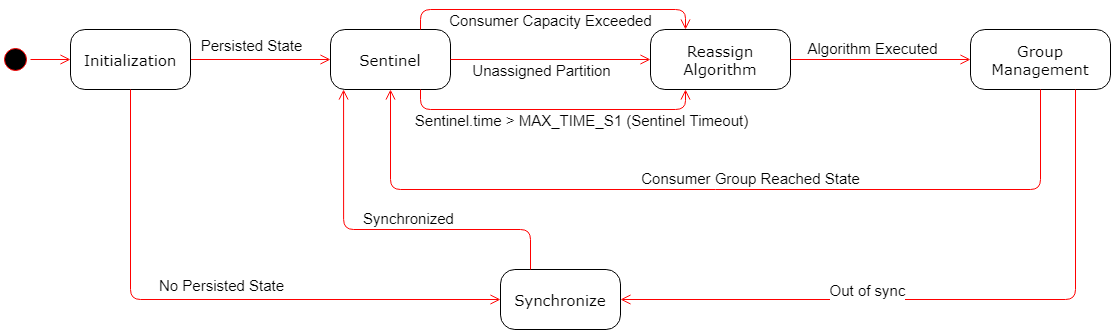
This is images/controller/state_machine.png from landaudiogo/thesis-document, a draw.io export, as it was before one commit. Source tidied: cells renumbered, new cells last; positions are measured from the earlier drawing's top-left corner, leaving out a move shared by most shapes. Source of this version:
```xml
<mxGraphModel>
  <root>
    <mxCell id="0" />
    <mxCell id="1" parent="0" />
    <mxCell id="2" style="ellipse;html=1;shape=startState;fillColor=#000000;strokeColor=#ff0000;rounded=1;shadow=0;comic=0;labelBackgroundColor=none;fontFamily=Verdana;fontSize=12;fontColor=#000000;align=center;direction=south;" parent="1" vertex="1">
      <mxGeometry y="35" width="30" height="30" as="geometry" />
    </mxCell>
    <mxCell id="3" value="Sentinel" style="rounded=1;whiteSpace=wrap;html=1;arcSize=24;shadow=0;comic=0;labelBackgroundColor=none;fontFamily=Verdana;fontSize=15;align=center;fillColor=#FFFFFF;" parent="1" vertex="1">
      <mxGeometry x="330" y="20" width="120" height="60" as="geometry" />
    </mxCell>
    <mxCell id="4" style="edgeStyle=orthogonalEdgeStyle;html=1;labelBackgroundColor=none;endArrow=open;endSize=8;strokeColor=#ff0000;fontFamily=Verdana;fontSize=12;align=left;exitX=1;exitY=0.5;exitDx=0;exitDy=0;" parent="1" edge="1" source="18" target="3">
      <mxGeometry relative="1" as="geometry" />
    </mxCell>
    <mxCell id="5" value="Persisted State" style="edgeLabel;html=1;align=center;verticalAlign=middle;fontSize=15;" parent="4" vertex="1">
      <mxGeometry x="-0.15" relative="1" as="geometry">
        <mxPoint y="-15" as="offset" />
      </mxGeometry>
    </mxCell>
    <mxCell id="6" value="Reassign Algorithm" style="rounded=1;whiteSpace=wrap;html=1;arcSize=24;shadow=0;comic=0;labelBackgroundColor=none;fontFamily=Verdana;fontSize=15;align=center;fillColor=#FFFFFF;" parent="1" vertex="1">
      <mxGeometry x="650" y="20" width="140" height="60" as="geometry" />
    </mxCell>
    <mxCell id="7" value="Group Management" style="rounded=1;whiteSpace=wrap;html=1;arcSize=24;shadow=0;comic=0;labelBackgroundColor=none;fontFamily=Verdana;fontSize=15;align=center;fillColor=#FFFFFF;" parent="1" vertex="1">
      <mxGeometry x="970" y="20" width="140" height="60" as="geometry" />
    </mxCell>
    <mxCell id="8" style="edgeStyle=orthogonalEdgeStyle;html=1;labelBackgroundColor=none;endArrow=open;endSize=8;strokeColor=#ff0000;fontFamily=Verdana;fontSize=12;align=left;exitX=1;exitY=0.5;exitDx=0;exitDy=0;entryX=0;entryY=0.5;entryDx=0;entryDy=0;" parent="1" edge="1" source="3" target="6">
      <mxGeometry relative="1" as="geometry" />
    </mxCell>
    <mxCell id="9" value="Unassigned Partition" style="edgeLabel;html=1;align=center;verticalAlign=middle;fontSize=15;" parent="8" vertex="1">
      <mxGeometry x="-0.13" y="1" relative="1" as="geometry">
        <mxPoint x="3" y="11" as="offset" />
      </mxGeometry>
    </mxCell>
    <mxCell id="10" style="edgeStyle=orthogonalEdgeStyle;html=1;labelBackgroundColor=none;endArrow=open;endSize=8;strokeColor=#ff0000;fontFamily=Verdana;fontSize=12;align=left;exitX=0.75;exitY=1;exitDx=0;exitDy=0;entryX=0.25;entryY=1;entryDx=0;entryDy=0;" parent="1" edge="1" source="3" target="6">
      <mxGeometry relative="1" as="geometry">
        <Array as="points">
          <mxPoint x="420" y="100" />
          <mxPoint x="685" y="100" />
        </Array>
      </mxGeometry>
    </mxCell>
    <mxCell id="11" value="Sentinel.time &amp;gt; MAX_TIME_S1 (Sentinel Timeout)" style="edgeLabel;html=1;align=center;verticalAlign=middle;fontSize=15;" parent="10" vertex="1">
      <mxGeometry x="-0.13" y="1" relative="1" as="geometry">
        <mxPoint x="48" y="11" as="offset" />
      </mxGeometry>
    </mxCell>
    <mxCell id="12" style="edgeStyle=orthogonalEdgeStyle;html=1;labelBackgroundColor=none;endArrow=open;endSize=8;strokeColor=#ff0000;fontFamily=Verdana;fontSize=12;align=left;exitX=0.75;exitY=0;exitDx=0;exitDy=0;entryX=0.25;entryY=0;entryDx=0;entryDy=0;" parent="1" edge="1" source="3" target="6">
      <mxGeometry relative="1" as="geometry">
        <Array as="points">
          <mxPoint x="420" />
          <mxPoint x="685" />
        </Array>
      </mxGeometry>
    </mxCell>
    <mxCell id="13" value="Consumer Capacity Exceeded" style="edgeLabel;html=1;align=center;verticalAlign=middle;fontSize=15;" parent="12" vertex="1">
      <mxGeometry x="-0.13" y="1" relative="1" as="geometry">
        <mxPoint x="17" y="11" as="offset" />
      </mxGeometry>
    </mxCell>
    <mxCell id="14" style="edgeStyle=orthogonalEdgeStyle;html=1;labelBackgroundColor=none;endArrow=open;endSize=8;strokeColor=#ff0000;fontFamily=Verdana;fontSize=12;align=left;exitX=1;exitY=0.5;exitDx=0;exitDy=0;entryX=0;entryY=0.5;entryDx=0;entryDy=0;" parent="1" edge="1" source="6" target="7">
      <mxGeometry relative="1" as="geometry" />
    </mxCell>
    <mxCell id="15" value="Algorithm Executed" style="edgeLabel;html=1;align=center;verticalAlign=middle;fontSize=15;" parent="14" vertex="1">
      <mxGeometry x="-0.13" y="1" relative="1" as="geometry">
        <mxPoint x="3" y="-11" as="offset" />
      </mxGeometry>
    </mxCell>
    <mxCell id="16" style="edgeStyle=orthogonalEdgeStyle;html=1;labelBackgroundColor=none;endArrow=open;endSize=8;strokeColor=#ff0000;fontFamily=Verdana;fontSize=12;align=left;exitX=0.5;exitY=1;exitDx=0;exitDy=0;entryX=0.5;entryY=1;entryDx=0;entryDy=0;" parent="1" edge="1" source="7" target="3">
      <mxGeometry relative="1" as="geometry">
        <Array as="points">
          <mxPoint x="1040" y="180" />
          <mxPoint x="390" y="180" />
        </Array>
      </mxGeometry>
    </mxCell>
    <mxCell id="17" value="Consumer Group Reached State" style="edgeLabel;html=1;align=center;verticalAlign=middle;fontSize=15;" parent="16" vertex="1">
      <mxGeometry x="-0.13" y="1" relative="1" as="geometry">
        <mxPoint x="-21" y="-13" as="offset" />
      </mxGeometry>
    </mxCell>
    <mxCell id="18" value="Initialization" style="rounded=1;whiteSpace=wrap;html=1;arcSize=24;shadow=0;comic=0;labelBackgroundColor=none;fontFamily=Verdana;fontSize=15;align=center;fillColor=#FFFFFF;" parent="1" vertex="1">
      <mxGeometry x="70" y="20" width="120" height="60" as="geometry" />
    </mxCell>
    <mxCell id="19" style="edgeStyle=orthogonalEdgeStyle;html=1;labelBackgroundColor=none;endArrow=open;endSize=8;strokeColor=#ff0000;fontFamily=Verdana;fontSize=12;align=left;exitX=0.5;exitY=0;exitDx=0;exitDy=0;entryX=0;entryY=0.5;entryDx=0;entryDy=0;" parent="1" edge="1" source="2" target="18">
      <mxGeometry relative="1" as="geometry" />
    </mxCell>
    <mxCell id="20" value="Synchronize" style="rounded=1;whiteSpace=wrap;html=1;arcSize=24;shadow=0;comic=0;labelBackgroundColor=none;fontFamily=Verdana;fontSize=15;align=center;fillColor=#FFFFFF;" parent="1" vertex="1">
      <mxGeometry x="500" y="260" width="120" height="60" as="geometry" />
    </mxCell>
    <mxCell id="21" style="edgeStyle=orthogonalEdgeStyle;html=1;labelBackgroundColor=none;endArrow=open;endSize=8;strokeColor=#ff0000;fontFamily=Verdana;fontSize=12;align=left;exitX=0.5;exitY=1;exitDx=0;exitDy=0;entryX=0;entryY=0.5;entryDx=0;entryDy=0;" parent="1" edge="1" source="18" target="20">
      <mxGeometry relative="1" as="geometry" />
    </mxCell>
    <mxCell id="22" value="No Persisted State" style="edgeLabel;html=1;align=center;verticalAlign=middle;fontSize=15;" parent="21" vertex="1">
      <mxGeometry x="-0.15" relative="1" as="geometry">
        <mxPoint x="53" y="-15" as="offset" />
      </mxGeometry>
    </mxCell>
    <mxCell id="23" style="edgeStyle=orthogonalEdgeStyle;html=1;labelBackgroundColor=none;endArrow=open;endSize=8;strokeColor=#ff0000;fontFamily=Verdana;fontSize=12;align=left;exitX=0.25;exitY=0;exitDx=0;exitDy=0;entryX=0.109;entryY=1;entryDx=0;entryDy=0;entryPerimeter=0;" parent="1" edge="1" source="20" target="3">
      <mxGeometry relative="1" as="geometry">
        <Array as="points">
          <mxPoint x="530" y="220" />
          <mxPoint x="343" y="220" />
        </Array>
      </mxGeometry>
    </mxCell>
    <mxCell id="24" value="Synchronized" style="edgeLabel;html=1;align=center;verticalAlign=middle;fontSize=15;" parent="23" vertex="1">
      <mxGeometry x="-0.15" relative="1" as="geometry">
        <mxPoint x="-6" y="-12" as="offset" />
      </mxGeometry>
    </mxCell>
    <mxCell id="25" style="edgeStyle=orthogonalEdgeStyle;html=1;labelBackgroundColor=none;endArrow=open;endSize=8;strokeColor=#ff0000;fontFamily=Verdana;fontSize=12;align=left;exitX=0.75;exitY=1;exitDx=0;exitDy=0;entryX=1;entryY=0.5;entryDx=0;entryDy=0;" parent="1" edge="1" source="7" target="20">
      <mxGeometry relative="1" as="geometry">
        <Array as="points">
          <mxPoint x="1075" y="290" />
        </Array>
      </mxGeometry>
    </mxCell>
    <mxCell id="26" value="Out of sync" style="edgeLabel;html=1;align=center;verticalAlign=middle;fontSize=15;" parent="25" vertex="1">
      <mxGeometry x="-0.15" relative="1" as="geometry">
        <mxPoint x="-136" y="-10" as="offset" />
      </mxGeometry>
    </mxCell>
  </root>
</mxGraphModel>
```
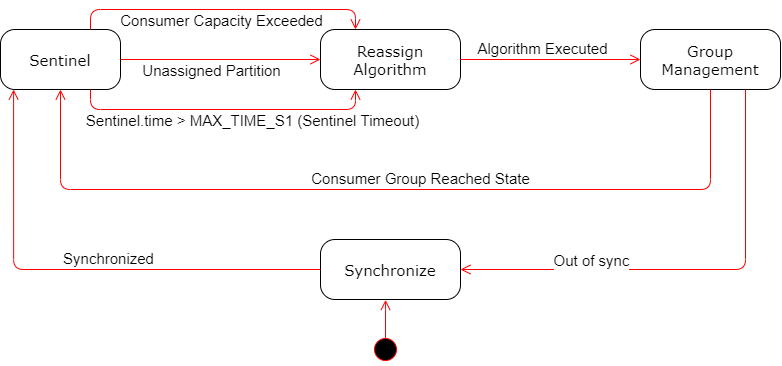
Later version of the same file.

Diff of the diagram source:
```diff
@@ -3,19 +3,11 @@
     <mxCell id="0" />
     <mxCell id="1" parent="0" />
     <mxCell id="2" style="ellipse;html=1;shape=startState;fillColor=#000000;strokeColor=#ff0000;rounded=1;shadow=0;comic=0;labelBackgroundColor=none;fontFamily=Verdana;fontSize=12;fontColor=#000000;align=center;direction=south;" parent="1" vertex="1">
-      <mxGeometry y="35" width="30" height="30" as="geometry" />
+      <mxGeometry x="700" y="325" width="30" height="30" as="geometry" />
     </mxCell>
     <mxCell id="3" value="Sentinel" style="rounded=1;whiteSpace=wrap;html=1;arcSize=24;shadow=0;comic=0;labelBackgroundColor=none;fontFamily=Verdana;fontSize=15;align=center;fillColor=#FFFFFF;" parent="1" vertex="1">
       <mxGeometry x="330" y="20" width="120" height="60" as="geometry" />
     </mxCell>
-    <mxCell id="4" style="edgeStyle=orthogonalEdgeStyle;html=1;labelBackgroundColor=none;endArrow=open;endSize=8;strokeColor=#ff0000;fontFamily=Verdana;fontSize=12;align=left;exitX=1;exitY=0.5;exitDx=0;exitDy=0;" parent="1" edge="1" source="18" target="3">
-      <mxGeometry relative="1" as="geometry" />
-    </mxCell>
-    <mxCell id="5" value="Persisted State" style="edgeLabel;html=1;align=center;verticalAlign=middle;fontSize=15;" parent="4" vertex="1">
-      <mxGeometry x="-0.15" relative="1" as="geometry">
-        <mxPoint y="-15" as="offset" />
-      </mxGeometry>
-    </mxCell>
     <mxCell id="6" value="Reassign Algorithm" style="rounded=1;whiteSpace=wrap;html=1;arcSize=24;shadow=0;comic=0;labelBackgroundColor=none;fontFamily=Verdana;fontSize=15;align=center;fillColor=#FFFFFF;" parent="1" vertex="1">
       <mxGeometry x="650" y="20" width="140" height="60" as="geometry" />
     </mxCell>
@@ -77,28 +69,16 @@
         <mxPoint x="-21" y="-13" as="offset" />
       </mxGeometry>
     </mxCell>
-    <mxCell id="18" value="Initialization" style="rounded=1;whiteSpace=wrap;html=1;arcSize=24;shadow=0;comic=0;labelBackgroundColor=none;fontFamily=Verdana;fontSize=15;align=center;fillColor=#FFFFFF;" parent="1" vertex="1">
-      <mxGeometry x="70" y="20" width="120" height="60" as="geometry" />
-    </mxCell>
-    <mxCell id="19" style="edgeStyle=orthogonalEdgeStyle;html=1;labelBackgroundColor=none;endArrow=open;endSize=8;strokeColor=#ff0000;fontFamily=Verdana;fontSize=12;align=left;exitX=0.5;exitY=0;exitDx=0;exitDy=0;entryX=0;entryY=0.5;entryDx=0;entryDy=0;" parent="1" edge="1" source="2" target="18">
+    <mxCell id="19" style="edgeStyle=orthogonalEdgeStyle;html=1;labelBackgroundColor=none;endArrow=open;endSize=8;strokeColor=#ff0000;fontFamily=Verdana;fontSize=12;align=left;exitX=0.151;exitY=0.499;exitDx=0;exitDy=0;entryX=0.465;entryY=1.006;entryDx=0;entryDy=0;exitPerimeter=0;entryPerimeter=0;" parent="1" edge="1" source="2" target="20">
       <mxGeometry relative="1" as="geometry" />
     </mxCell>
     <mxCell id="20" value="Synchronize" style="rounded=1;whiteSpace=wrap;html=1;arcSize=24;shadow=0;comic=0;labelBackgroundColor=none;fontFamily=Verdana;fontSize=15;align=center;fillColor=#FFFFFF;" parent="1" vertex="1">
-      <mxGeometry x="500" y="260" width="120" height="60" as="geometry" />
+      <mxGeometry x="650" y="230" width="140" height="60" as="geometry" />
     </mxCell>
-    <mxCell id="21" style="edgeStyle=orthogonalEdgeStyle;html=1;labelBackgroundColor=none;endArrow=open;endSize=8;strokeColor=#ff0000;fontFamily=Verdana;fontSize=12;align=left;exitX=0.5;exitY=1;exitDx=0;exitDy=0;entryX=0;entryY=0.5;entryDx=0;entryDy=0;" parent="1" edge="1" source="18" target="20">
-      <mxGeometry relative="1" as="geometry" />
-    </mxCell>
-    <mxCell id="22" value="No Persisted State" style="edgeLabel;html=1;align=center;verticalAlign=middle;fontSize=15;" parent="21" vertex="1">
-      <mxGeometry x="-0.15" relative="1" as="geometry">
-        <mxPoint x="53" y="-15" as="offset" />
-      </mxGeometry>
-    </mxCell>
-    <mxCell id="23" style="edgeStyle=orthogonalEdgeStyle;html=1;labelBackgroundColor=none;endArrow=open;endSize=8;strokeColor=#ff0000;fontFamily=Verdana;fontSize=12;align=left;exitX=0.25;exitY=0;exitDx=0;exitDy=0;entryX=0.109;entryY=1;entryDx=0;entryDy=0;entryPerimeter=0;" parent="1" edge="1" source="20" target="3">
+    <mxCell id="23" style="edgeStyle=orthogonalEdgeStyle;html=1;labelBackgroundColor=none;endArrow=open;endSize=8;strokeColor=#ff0000;fontFamily=Verdana;fontSize=12;align=left;exitX=0;exitY=0.5;exitDx=0;exitDy=0;entryX=0.109;entryY=1;entryDx=0;entryDy=0;entryPerimeter=0;" parent="1" edge="1" source="20" target="3">
       <mxGeometry relative="1" as="geometry">
         <Array as="points">
-          <mxPoint x="530" y="220" />
-          <mxPoint x="343" y="220" />
+          <mxPoint x="343" y="260" />
         </Array>
       </mxGeometry>
     </mxCell>
@@ -110,7 +90,7 @@
     <mxCell id="25" style="edgeStyle=orthogonalEdgeStyle;html=1;labelBackgroundColor=none;endArrow=open;endSize=8;strokeColor=#ff0000;fontFamily=Verdana;fontSize=12;align=left;exitX=0.75;exitY=1;exitDx=0;exitDy=0;entryX=1;entryY=0.5;entryDx=0;entryDy=0;" parent="1" edge="1" source="7" target="20">
       <mxGeometry relative="1" as="geometry">
         <Array as="points">
-          <mxPoint x="1075" y="290" />
+          <mxPoint x="1075" y="260" />
         </Array>
       </mxGeometry>
     </mxCell>
```
